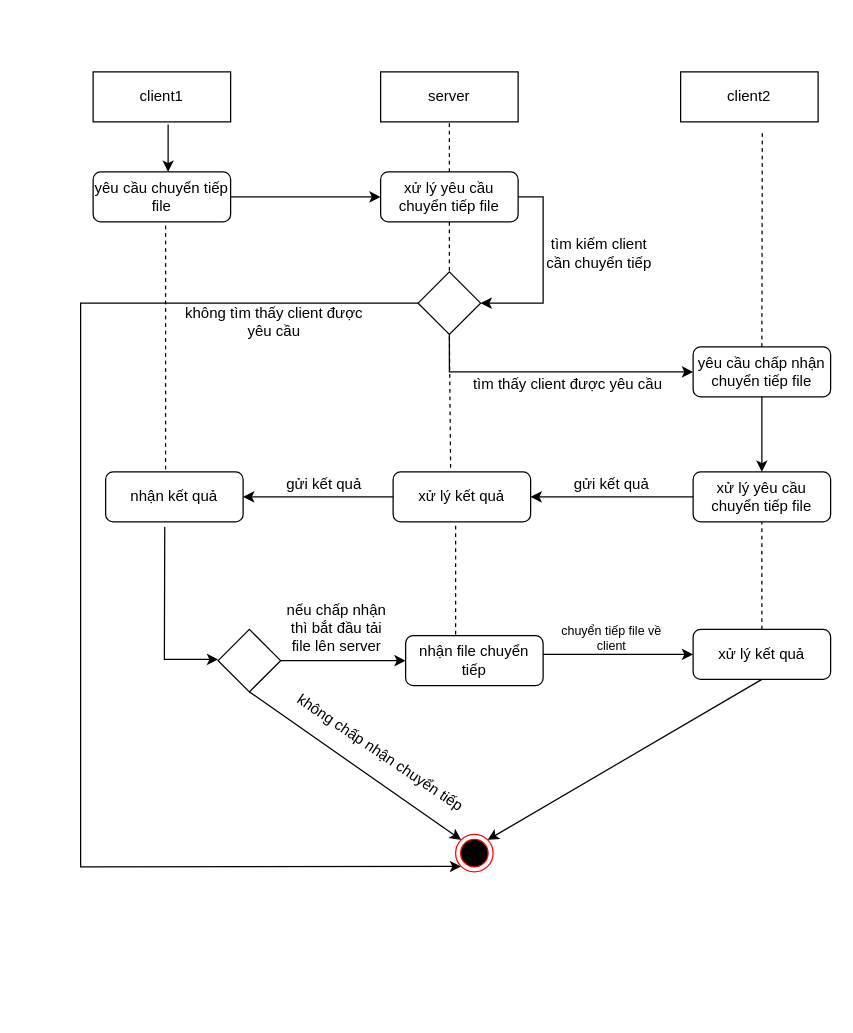
phamhongphuc1999/NetworkPrograming keeps this draw.io diagram as page "Page-1" (1 of 3) of INFO/ltm.drawio. Above is the earlier version. Source tidied: cells renumbered, new cells numbered last; positions are measured from the earlier drawing's top-left corner, leaving out a move shared by most shapes. Both pictures are drawn from the tidied source at 125%, with x=0, y=0 at pixel (80, 71).
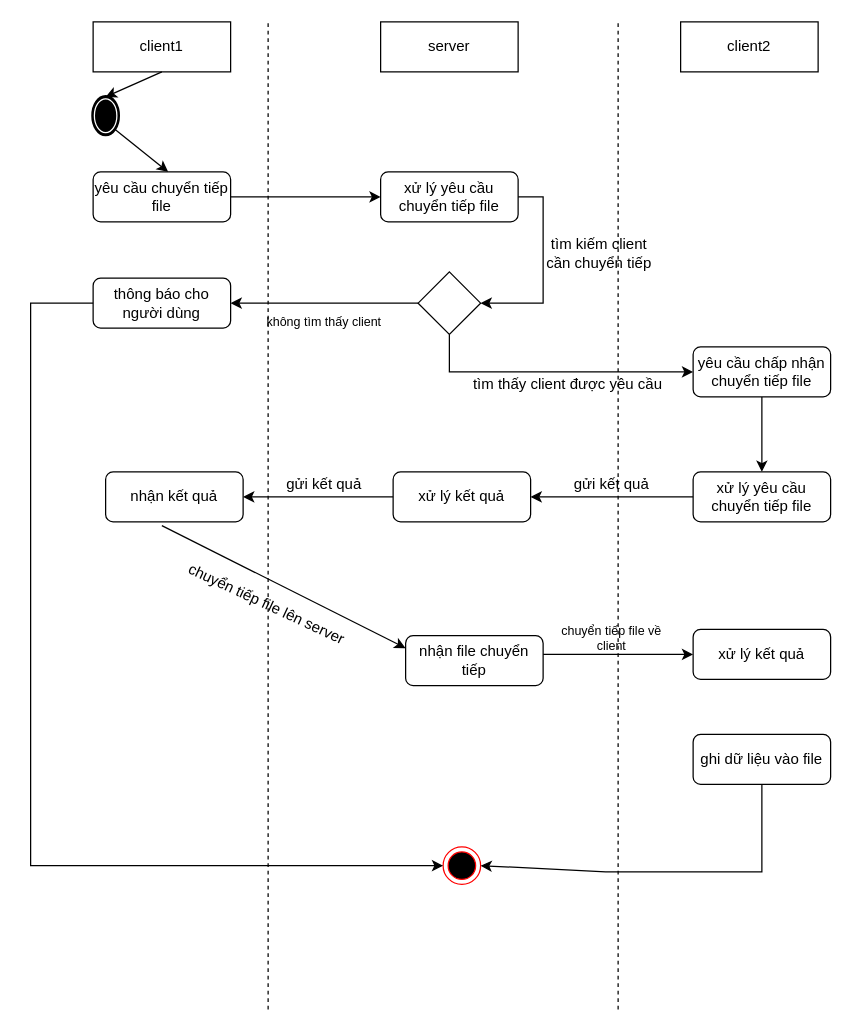
The same diagram, later.

The change refers to these unchanged cells:
```xml
<mxCell id="7" value="xử lý yêu cầu chuyển tiếp file" style="rounded=1;whiteSpace=wrap;html=1;" parent="1" vertex="1">
  <mxGeometry x="240" y="80" width="110" height="40" as="geometry" />
</mxCell>
<mxCell id="11" style="rhombus;whiteSpace=wrap;html=1;" parent="1" vertex="1">
  <mxGeometry x="270" y="160" width="50" height="50" as="geometry" />
</mxCell>
<mxCell id="18" value="yêu cầu chấp nhận chuyển tiếp file" style="rounded=1;whiteSpace=wrap;html=1;" parent="1" vertex="1">
  <mxGeometry x="490" y="220" width="110" height="40" as="geometry" />
</mxCell>
<mxCell id="19" value="xử lý yêu cầu chuyển tiếp file" style="rounded=1;whiteSpace=wrap;html=1;" parent="1" vertex="1">
  <mxGeometry x="490" y="320" width="110" height="40" as="geometry" />
</mxCell>
<mxCell id="22" value="xử lý kết quả" style="rounded=1;whiteSpace=wrap;html=1;" parent="1" vertex="1">
  <mxGeometry x="250" y="320" width="110" height="40" as="geometry" />
</mxCell>
<mxCell id="25" value="nhận kết quả" style="rounded=1;whiteSpace=wrap;html=1;" parent="1" vertex="1">
  <mxGeometry x="20" y="320" width="110" height="40" as="geometry" />
</mxCell>
<mxCell id="32" value="nhận file chuyển tiếp" style="rounded=1;whiteSpace=wrap;html=1;" parent="1" vertex="1">
  <mxGeometry x="260" y="451" width="110" height="40" as="geometry" />
</mxCell>
<mxCell id="33" value="xử lý kết quả" style="rounded=1;whiteSpace=wrap;html=1;" parent="1" vertex="1">
  <mxGeometry x="490" y="446" width="110" height="40" as="geometry" />
</mxCell>
```

Change to the diagram source:
```diff
@@
     <mxCell id="2" value="client1" style="rounded=0;whiteSpace=wrap;html=1;" parent="1" vertex="1">
-      <mxGeometry x="10" width="110" height="40" as="geometry" />
+      <mxGeometry x="10" y="-40" width="110" height="40" as="geometry" />
     </mxCell>
     <mxCell id="3" value="server" style="rounded=0;whiteSpace=wrap;html=1;" parent="1" vertex="1">
-      <mxGeometry x="240" width="110" height="40" as="geometry" />
+      <mxGeometry x="240" y="-40" width="110" height="40" as="geometry" />
     </mxCell>
     <mxCell id="4" value="client2" style="rounded=0;whiteSpace=wrap;html=1;" parent="1" vertex="1">
-      <mxGeometry x="480" width="110" height="40" as="geometry" />
+      <mxGeometry x="480" y="-40" width="110" height="40" as="geometry" />
     </mxCell>
-    <mxCell id="5" style="endArrow=classic;html=1;" parent="1" edge="1">
+    <mxCell id="5" style="endArrow=classic;html=1;exitX=0.855;exitY=0.855;exitDx=0;exitDy=0;exitPerimeter=0;" parent="1" edge="1" source="54">
       <mxGeometry relative="1" as="geometry">
-        <mxPoint x="70" y="42" as="sourcePoint" />
         <mxPoint x="70" y="80" as="targetPoint" />
       </mxGeometry>
     </mxCell>
@@
-    <mxCell id="9" style="endArrow=none;dashed=1;html=1;entryX=0.5;entryY=1;entryDx=0;entryDy=0;exitX=0.5;exitY=0;exitDx=0;exitDy=0;" parent="1" edge="1" source="7" target="3">
-      <mxGeometry relative="1" as="geometry" />
-    </mxCell>
@@
-    <mxCell id="13" style="endArrow=classic;html=1;rounded=0;exitX=0;exitY=0.5;exitDx=0;exitDy=0;entryX=0;entryY=1;entryDx=0;entryDy=0;" parent="1" edge="1" source="11" target="37">
-      <mxGeometry relative="1" as="geometry">
-        <Array as="points">
-          <mxPoint y="185" />
-          <mxPoint y="636" />
-        </Array>
-      </mxGeometry>
-    </mxCell>
-    <mxCell id="14" style="endArrow=none;dashed=1;html=1;entryX=0.436;entryY=0.033;entryDx=0;entryDy=0;entryPerimeter=0;" parent="1" edge="1" target="25">
-      <mxGeometry relative="1" as="geometry">
-        <mxPoint x="68" y="123" as="sourcePoint" />
-      </mxGeometry>
-    </mxCell>
-    <mxCell id="15" value="không tìm thấy client được yêu cầu" style="text;html=1;strokeColor=none;fillColor=none;align=center;verticalAlign=middle;whiteSpace=wrap;rounded=0;" parent="1" vertex="1">
-      <mxGeometry x="80" y="190" width="150" height="20" as="geometry" />
-    </mxCell>
-    <mxCell id="16" style="endArrow=none;dashed=1;html=1;exitX=0.5;exitY=0;exitDx=0;exitDy=0;entryX=0.594;entryY=1.15;entryDx=0;entryDy=0;entryPerimeter=0;" parent="1" edge="1" source="18" target="4">
-      <mxGeometry relative="1" as="geometry" />
-    </mxCell>
@@
-    <mxCell id="21" style="endArrow=none;dashed=1;html=1;exitX=0.5;exitY=1;exitDx=0;exitDy=0;entryX=0.5;entryY=0;entryDx=0;entryDy=0;" parent="1" edge="1" source="7" target="11">
-      <mxGeometry relative="1" as="geometry" />
-    </mxCell>
@@
-    <mxCell id="24" style="endArrow=none;dashed=1;html=1;entryX=0.5;entryY=1;entryDx=0;entryDy=0;exitX=0.418;exitY=-0.083;exitDx=0;exitDy=0;exitPerimeter=0;" parent="1" edge="1" source="22" target="11">
-      <mxGeometry relative="1" as="geometry" />
-    </mxCell>
@@
-    <mxCell id="30" style="rhombus;whiteSpace=wrap;html=1;" parent="1" vertex="1">
-      <mxGeometry x="110" y="446" width="50" height="50" as="geometry" />
-    </mxCell>
-    <mxCell id="31" style="endArrow=classic;html=1;exitX=1;exitY=0.5;exitDx=0;exitDy=0;entryX=0;entryY=0.5;entryDx=0;entryDy=0;" parent="1" edge="1" source="30" target="32">
-      <mxGeometry relative="1" as="geometry" />
-    </mxCell>
@@
-    <mxCell id="34" style="endArrow=classic;html=1;rounded=0;exitX=0.43;exitY=1.1;exitDx=0;exitDy=0;exitPerimeter=0;" parent="1" edge="1" source="25">
-      <mxGeometry relative="1" as="geometry">
-        <mxPoint x="110" y="470" as="targetPoint" />
-        <Array as="points">
-          <mxPoint x="67" y="470" />
-        </Array>
-      </mxGeometry>
-    </mxCell>
@@
-    <mxCell id="36" value="nếu chấp nhận thì bắt đầu tải file lên server" style="text;html=1;strokeColor=none;fillColor=none;align=center;verticalAlign=middle;whiteSpace=wrap;rounded=0;" parent="1" vertex="1">
-      <mxGeometry x="160" y="420" width="90" height="50" as="geometry" />
-    </mxCell>
     <mxCell id="37" style="ellipse;html=1;shape=endState;fillColor=#000000;strokeColor=#ff0000;" parent="1" vertex="1">
-      <mxGeometry x="300" y="610" width="30" height="30" as="geometry" />
+      <mxGeometry x="290" y="620" width="30" height="30" as="geometry" />
     </mxCell>
@@
-    <mxCell id="39" style="endArrow=classic;html=1;exitX=0.5;exitY=1;exitDx=0;exitDy=0;entryX=0;entryY=0;entryDx=0;entryDy=0;" parent="1" edge="1" source="30" target="37">
-      <mxGeometry relative="1" as="geometry" />
-    </mxCell>
-    <mxCell id="40" value="không chấp nhận chuyển tiếp" style="text;html=1;strokeColor=none;fillColor=none;align=center;verticalAlign=middle;whiteSpace=wrap;rounded=0;rotation=34;" parent="1" vertex="1">
-      <mxGeometry x="160" y="530" width="160" height="30" as="geometry" />
-    </mxCell>
-    <mxCell id="41" style="endArrow=none;dashed=1;html=1;entryX=0.5;entryY=1;entryDx=0;entryDy=0;exitX=0.5;exitY=0;exitDx=0;exitDy=0;" parent="1" edge="1" source="33" target="19">
-      <mxGeometry relative="1" as="geometry" />
-    </mxCell>
-    <mxCell id="42" style="endArrow=classic;html=1;exitX=0.5;exitY=1;exitDx=0;exitDy=0;entryX=1;entryY=0;entryDx=0;entryDy=0;" parent="1" edge="1" source="33" target="37">
-      <mxGeometry relative="1" as="geometry" />
-    </mxCell>
-    <mxCell id="43" style="endArrow=none;dashed=1;html=1;" parent="1" edge="1">
-      <mxGeometry relative="1" as="geometry">
-        <mxPoint x="300" y="450" as="sourcePoint" />
-        <mxPoint x="300" y="363" as="targetPoint" />
-      </mxGeometry>
-    </mxCell>
+    <mxCell id="44" style="endArrow=classic;html=1;entryX=0;entryY=0.25;entryDx=0;entryDy=0;" parent="1" edge="1" target="32">
+      <mxGeometry relative="1" as="geometry">
+        <mxPoint x="65" y="363" as="sourcePoint" />
+      </mxGeometry>
+    </mxCell>
+    <mxCell id="45" value="ghi dữ liệu vào file" style="rounded=1;whiteSpace=wrap;html=1;" parent="1" vertex="1">
+      <mxGeometry x="490" y="530" width="110" height="40" as="geometry" />
+    </mxCell>
+    <mxCell id="46" style="endArrow=classic;html=1;fontSize=10;rounded=0;exitX=0.5;exitY=1;exitDx=0;exitDy=0;entryX=1;entryY=0.5;entryDx=0;entryDy=0;" parent="1" edge="1" source="45" target="37">
+      <mxGeometry relative="1" as="geometry">
+        <Array as="points">
+          <mxPoint x="545" y="640" />
+          <mxPoint x="420" y="640" />
+        </Array>
+      </mxGeometry>
+    </mxCell>
+    <mxCell id="47" value="thông báo cho người dùng" style="rounded=1;whiteSpace=wrap;html=1;" parent="1" vertex="1">
+      <mxGeometry x="10" y="165" width="110" height="40" as="geometry" />
+    </mxCell>
+    <mxCell id="48" style="endArrow=classic;html=1;fontSize=10;exitX=0;exitY=0.5;exitDx=0;exitDy=0;entryX=1;entryY=0.5;entryDx=0;entryDy=0;" parent="1" edge="1" source="11" target="47">
+      <mxGeometry relative="1" as="geometry" />
+    </mxCell>
+    <mxCell id="49" value="không tìm thấy client" style="text;html=1;strokeColor=none;fillColor=none;align=center;verticalAlign=middle;whiteSpace=wrap;rounded=0;fontSize=10;" parent="1" vertex="1">
+      <mxGeometry x="130" y="190" width="130" height="20" as="geometry" />
+    </mxCell>
+    <mxCell id="50" style="endArrow=classic;html=1;fontSize=10;rounded=0;exitX=0;exitY=0.5;exitDx=0;exitDy=0;entryX=0;entryY=0.5;entryDx=0;entryDy=0;" parent="1" edge="1" source="47" target="37">
+      <mxGeometry relative="1" as="geometry">
+        <Array as="points">
+          <mxPoint x="-40" y="185" />
+          <mxPoint x="-40" y="635" />
+        </Array>
+      </mxGeometry>
+    </mxCell>
+    <mxCell id="51" style="endArrow=none;dashed=1;html=1;fontSize=10;" parent="1" edge="1">
+      <mxGeometry relative="1" as="geometry">
+        <mxPoint x="150" y="750" as="sourcePoint" />
+        <mxPoint x="150" y="-40" as="targetPoint" />
+      </mxGeometry>
+    </mxCell>
+    <mxCell id="52" style="endArrow=none;dashed=1;html=1;fontSize=10;" parent="1" edge="1">
+      <mxGeometry relative="1" as="geometry">
+        <mxPoint x="430" y="750" as="sourcePoint" />
+        <mxPoint x="430" y="-40" as="targetPoint" />
+      </mxGeometry>
+    </mxCell>
+    <mxCell id="53" value="chuyển tiếp file lên server" style="text;html=1;strokeColor=none;fillColor=none;align=center;verticalAlign=middle;whiteSpace=wrap;rounded=0;fontSize=12;rotation=25;" parent="1" vertex="1">
+      <mxGeometry x="68.6" y="416.3" width="160" height="20" as="geometry" />
+    </mxCell>
+    <mxCell id="54" style="shape=mxgraph.bpmn.shape;html=1;verticalLabelPosition=bottom;labelBackgroundColor=#ffffff;verticalAlign=top;align=center;perimeter=ellipsePerimeter;outlineConnect=0;outline=end;symbol=terminate;fontSize=12;" parent="1" vertex="1">
+      <mxGeometry x="10" y="20" width="20" height="30" as="geometry" />
+    </mxCell>
+    <mxCell id="55" style="endArrow=classic;html=1;fontSize=12;exitX=0.5;exitY=1;exitDx=0;exitDy=0;entryX=0.5;entryY=0;entryDx=0;entryDy=0;" parent="1" edge="1" source="2" target="54">
+      <mxGeometry relative="1" as="geometry" />
+    </mxCell>
```
